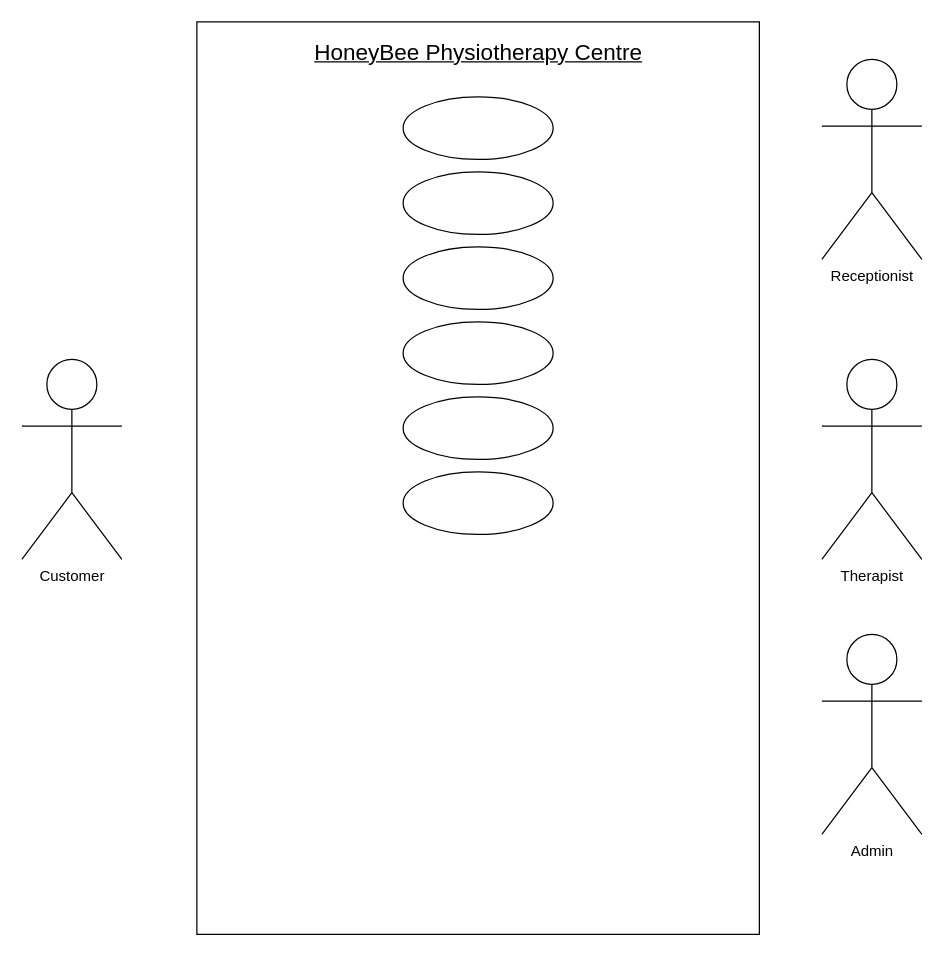
JussSelenite/JussSelenite keeps this draw.io diagram as ISWE Use Case Grp Assg.drawio. Above is the earlier version. Source tidied: cells renumbered, new cells numbered last; positions are measured from the earlier drawing's top-left corner, leaving out a move shared by most shapes. Both pictures are drawn from the tidied source at 125%, with x=0, y=0 at pixel (21, 21).
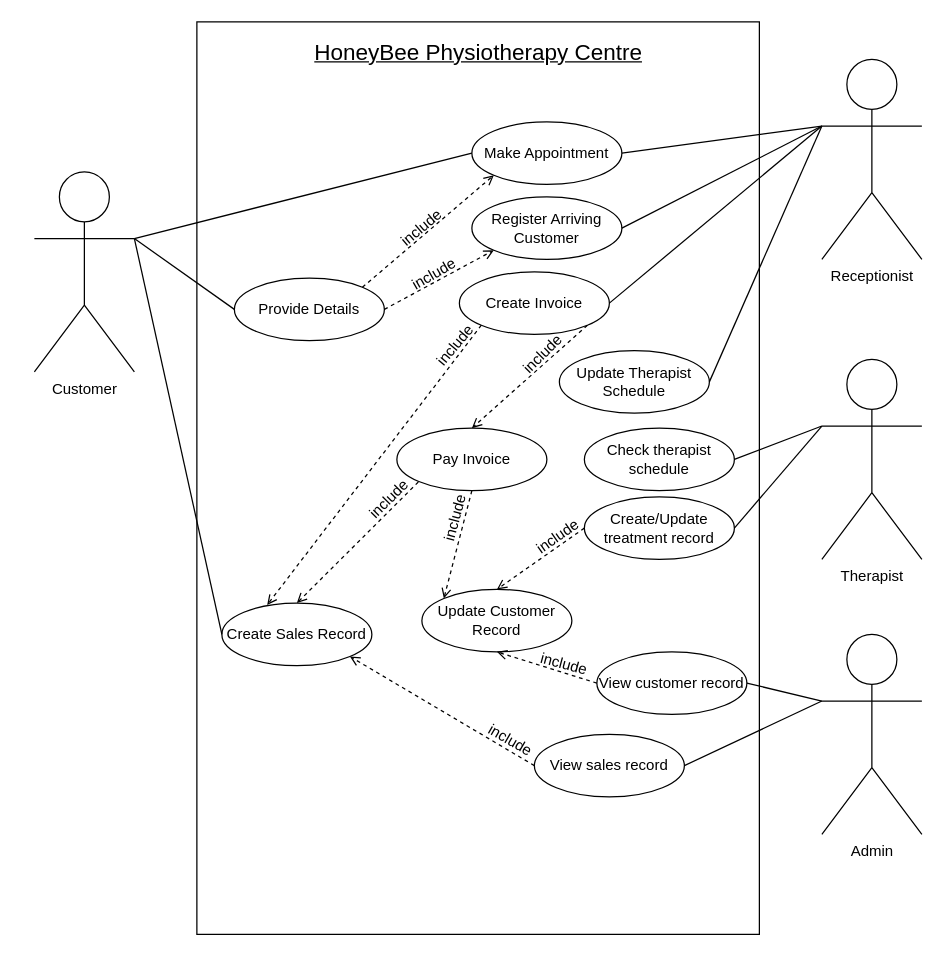
Above is the later version.

Unchanged cells that the change refers to:
```xml
<mxCell id="4" value="Receptionist" style="shape=umlActor;html=1;verticalLabelPosition=bottom;verticalAlign=top;align=center;" parent="1" vertex="1">
  <mxGeometry x="640" y="30" width="80" height="160" as="geometry" />
</mxCell>
<mxCell id="5" value="Therapist" style="shape=umlActor;html=1;verticalLabelPosition=bottom;verticalAlign=top;align=center;" parent="1" vertex="1">
  <mxGeometry x="640" y="270" width="80" height="160" as="geometry" />
</mxCell>
<mxCell id="6" value="Admin" style="shape=umlActor;html=1;verticalLabelPosition=bottom;verticalAlign=top;align=center;" parent="1" vertex="1">
  <mxGeometry x="640" y="490" width="80" height="160" as="geometry" />
</mxCell>
```

What changed in the source:
```diff
@@
     <mxCell id="3" value="Customer" style="shape=umlActor;html=1;verticalLabelPosition=bottom;verticalAlign=top;align=center;" parent="1" vertex="1">
-      <mxGeometry y="270" width="80" height="160" as="geometry" />
+      <mxGeometry x="10" y="120" width="80" height="160" as="geometry" />
     </mxCell>
@@
-    <mxCell id="8" style="ellipse;whiteSpace=wrap;html=1;" parent="1" vertex="1">
-      <mxGeometry x="305" y="60" width="120" height="50" as="geometry" />
+    <mxCell id="8" value="Make Appointment" style="ellipse;whiteSpace=wrap;html=1;" parent="1" vertex="1">
+      <mxGeometry x="360" y="80" width="120" height="50" as="geometry" />
     </mxCell>
-    <mxCell id="9" style="ellipse;whiteSpace=wrap;html=1;" parent="1" vertex="1">
-      <mxGeometry x="305" y="120" width="120" height="50" as="geometry" />
+    <mxCell id="9" value="Register Arriving Customer" style="ellipse;whiteSpace=wrap;html=1;" parent="1" vertex="1">
+      <mxGeometry x="360" y="140" width="120" height="50" as="geometry" />
     </mxCell>
-    <mxCell id="10" style="ellipse;whiteSpace=wrap;html=1;" parent="1" vertex="1">
-      <mxGeometry x="305" y="240" width="120" height="50" as="geometry" />
+    <mxCell id="10" value="Check therapist schedule" style="ellipse;whiteSpace=wrap;html=1;" parent="1" vertex="1">
+      <mxGeometry x="450" y="325" width="120" height="50" as="geometry" />
     </mxCell>
-    <mxCell id="11" style="ellipse;whiteSpace=wrap;html=1;" parent="1" vertex="1">
-      <mxGeometry x="305" y="180" width="120" height="50" as="geometry" />
+    <mxCell id="11" value="Create Invoice" style="ellipse;whiteSpace=wrap;html=1;" parent="1" vertex="1">
+      <mxGeometry x="350" y="200" width="120" height="50" as="geometry" />
     </mxCell>
-    <mxCell id="12" style="ellipse;whiteSpace=wrap;html=1;" parent="1" vertex="1">
-      <mxGeometry x="305" y="360" width="120" height="50" as="geometry" />
+    <mxCell id="12" value="View customer record" style="ellipse;whiteSpace=wrap;html=1;" parent="1" vertex="1">
+      <mxGeometry x="460" y="504" width="120" height="50" as="geometry" />
     </mxCell>
-    <mxCell id="13" style="ellipse;whiteSpace=wrap;html=1;" parent="1" vertex="1">
-      <mxGeometry x="305" y="300" width="120" height="50" as="geometry" />
+    <mxCell id="13" value="Create/Update treatment record" style="ellipse;whiteSpace=wrap;html=1;" parent="1" vertex="1">
+      <mxGeometry x="450" y="380" width="120" height="50" as="geometry" />
     </mxCell>
+    <mxCell id="14" value="Provide Details" style="ellipse;whiteSpace=wrap;html=1;" parent="1" vertex="1">
+      <mxGeometry x="170" y="205" width="120" height="50" as="geometry" />
+    </mxCell>
+    <mxCell id="15" value="Create Sales Record" style="ellipse;whiteSpace=wrap;html=1;" parent="1" vertex="1">
+      <mxGeometry x="160" y="465" width="120" height="50" as="geometry" />
+    </mxCell>
+    <mxCell id="16" value="Pay Invoice" style="ellipse;whiteSpace=wrap;html=1;" parent="1" vertex="1">
+      <mxGeometry x="300" y="325" width="120" height="50" as="geometry" />
+    </mxCell>
+    <mxCell id="17" value="Update Customer Record" style="ellipse;whiteSpace=wrap;html=1;" parent="1" vertex="1">
+      <mxGeometry x="320" y="454" width="120" height="50" as="geometry" />
+    </mxCell>
+    <mxCell id="18" value="View sales record" style="ellipse;whiteSpace=wrap;html=1;" parent="1" vertex="1">
+      <mxGeometry x="410" y="570" width="120" height="50" as="geometry" />
+    </mxCell>
+    <mxCell id="19" style="endArrow=none;html=1;rounded=0;exitX=1;exitY=0.5;exitDx=0;exitDy=0;entryX=0;entryY=0.3333333333333333;entryDx=0;entryDy=0;entryPerimeter=0;" parent="1" edge="1" source="18" target="6">
+      <mxGeometry relative="1" as="geometry" />
+    </mxCell>
+    <mxCell id="20" style="endArrow=none;html=1;rounded=0;entryX=0;entryY=0.3333333333333333;entryDx=0;entryDy=0;entryPerimeter=0;exitX=1;exitY=0.5;exitDx=0;exitDy=0;" parent="1" edge="1" source="12" target="6">
+      <mxGeometry relative="1" as="geometry" />
+    </mxCell>
+    <mxCell id="21" style="endArrow=none;html=1;rounded=0;entryX=0;entryY=0.3333333333333333;entryDx=0;entryDy=0;entryPerimeter=0;exitX=1;exitY=0.5;exitDx=0;exitDy=0;" parent="1" edge="1" source="13" target="5">
+      <mxGeometry relative="1" as="geometry" />
+    </mxCell>
+    <mxCell id="22" style="endArrow=none;html=1;rounded=0;entryX=0;entryY=0.3333333333333333;entryDx=0;entryDy=0;entryPerimeter=0;exitX=1;exitY=0.5;exitDx=0;exitDy=0;" parent="1" edge="1" source="10" target="5">
+      <mxGeometry relative="1" as="geometry" />
+    </mxCell>
+    <mxCell id="23" value="Update Therapist Schedule" style="ellipse;whiteSpace=wrap;html=1;" parent="1" vertex="1">
+      <mxGeometry x="430" y="263" width="120" height="50" as="geometry" />
+    </mxCell>
+    <mxCell id="24" style="endArrow=none;html=1;rounded=0;exitX=1;exitY=0.5;exitDx=0;exitDy=0;entryX=0;entryY=0.3333333333333333;entryDx=0;entryDy=0;entryPerimeter=0;" parent="1" edge="1" source="23" target="4">
+      <mxGeometry relative="1" as="geometry" />
+    </mxCell>
+    <mxCell id="25" style="endArrow=none;html=1;rounded=0;entryX=0;entryY=0.3333333333333333;entryDx=0;entryDy=0;entryPerimeter=0;exitX=1;exitY=0.5;exitDx=0;exitDy=0;" parent="1" edge="1" source="11" target="4">
+      <mxGeometry relative="1" as="geometry" />
+    </mxCell>
+    <mxCell id="26" style="endArrow=none;html=1;rounded=0;exitX=1;exitY=0.5;exitDx=0;exitDy=0;entryX=0;entryY=0.3333333333333333;entryDx=0;entryDy=0;entryPerimeter=0;" parent="1" edge="1" source="9" target="4">
+      <mxGeometry relative="1" as="geometry" />
+    </mxCell>
+    <mxCell id="27" style="endArrow=none;html=1;rounded=0;entryX=0;entryY=0.3333333333333333;entryDx=0;entryDy=0;entryPerimeter=0;exitX=1;exitY=0.5;exitDx=0;exitDy=0;" parent="1" edge="1" source="8" target="4">
+      <mxGeometry relative="1" as="geometry" />
+    </mxCell>
+    <mxCell id="28" style="endArrow=none;html=1;rounded=0;entryX=0;entryY=0.5;entryDx=0;entryDy=0;exitX=1;exitY=0.3333333333333333;exitDx=0;exitDy=0;exitPerimeter=0;" parent="1" edge="1" source="3" target="8">
+      <mxGeometry relative="1" as="geometry" />
+    </mxCell>
+    <mxCell id="29" style="endArrow=none;html=1;rounded=0;entryX=0;entryY=0.5;entryDx=0;entryDy=0;exitX=1;exitY=0.3333333333333333;exitDx=0;exitDy=0;exitPerimeter=0;" parent="1" edge="1" source="3" target="14">
+      <mxGeometry relative="1" as="geometry" />
+    </mxCell>
+    <mxCell id="30" style="endArrow=none;html=1;rounded=0;entryX=0;entryY=0.5;entryDx=0;entryDy=0;exitX=1;exitY=0.3333333333333333;exitDx=0;exitDy=0;exitPerimeter=0;" parent="1" edge="1" source="3" target="15">
+      <mxGeometry relative="1" as="geometry" />
+    </mxCell>
+    <mxCell id="31" style="endArrow=open;dashed=1;html=1;rounded=0;entryX=0;entryY=1;entryDx=0;entryDy=0;exitX=1;exitY=0;exitDx=0;exitDy=0;" parent="1" edge="1" source="14" target="8">
+      <mxGeometry relative="1" as="geometry" />
+    </mxCell>
+    <mxCell id="32" value="include" style="text;html=1;strokeColor=none;fillColor=none;align=center;verticalAlign=middle;whiteSpace=wrap;rounded=0;rotation=-40;" parent="1" vertex="1">
+      <mxGeometry x="290" y="150" width="60" height="30" as="geometry" />
+    </mxCell>
+    <mxCell id="33" style="endArrow=open;dashed=1;html=1;rounded=0;entryX=0;entryY=1;entryDx=0;entryDy=0;exitX=1;exitY=0.5;exitDx=0;exitDy=0;" parent="1" edge="1" source="14" target="9">
+      <mxGeometry relative="1" as="geometry" />
+    </mxCell>
+    <mxCell id="34" value="include" style="text;html=1;strokeColor=none;fillColor=none;align=center;verticalAlign=middle;whiteSpace=wrap;rounded=0;rotation=-30;" parent="1" vertex="1">
+      <mxGeometry x="300" y="187" width="60" height="30" as="geometry" />
+    </mxCell>
+    <mxCell id="35" style="endArrow=open;dashed=1;html=1;rounded=0;entryX=0.5;entryY=0;entryDx=0;entryDy=0;exitX=1;exitY=1;exitDx=0;exitDy=0;" parent="1" edge="1" source="11" target="16">
+      <mxGeometry relative="1" as="geometry" />
+    </mxCell>
+    <mxCell id="36" value="include" style="text;html=1;strokeColor=none;fillColor=none;align=center;verticalAlign=middle;whiteSpace=wrap;rounded=0;rotation=-50;" parent="1" vertex="1">
+      <mxGeometry x="317" y="244" width="60" height="30" as="geometry" />
+    </mxCell>
+    <mxCell id="37" style="endArrow=none;startArrow=open;dashed=1;html=1;rounded=0;entryX=0;entryY=1;entryDx=0;entryDy=0;exitX=0.5;exitY=0;exitDx=0;exitDy=0;" parent="1" edge="1" source="15" target="16">
+      <mxGeometry relative="1" as="geometry" />
+    </mxCell>
+    <mxCell id="38" style="endArrow=open;dashed=1;html=1;rounded=0;entryX=1;entryY=1;entryDx=0;entryDy=0;exitX=0;exitY=0.5;exitDx=0;exitDy=0;" parent="1" edge="1" source="18" target="15">
+      <mxGeometry relative="1" as="geometry" />
+    </mxCell>
+    <mxCell id="39" value="include" style="text;html=1;strokeColor=none;fillColor=none;align=center;verticalAlign=middle;whiteSpace=wrap;rounded=0;rotation=30;" parent="1" vertex="1">
+      <mxGeometry x="361" y="560" width="60" height="30" as="geometry" />
+    </mxCell>
+    <mxCell id="40" style="endArrow=open;dashed=1;html=1;rounded=0;entryX=0.302;entryY=0.03;entryDx=0;entryDy=0;exitX=0;exitY=1;exitDx=0;exitDy=0;entryPerimeter=0;" parent="1" edge="1" source="11" target="15">
+      <mxGeometry relative="1" as="geometry" />
+    </mxCell>
+    <mxCell id="41" style="endArrow=open;dashed=1;html=1;rounded=0;entryX=0;entryY=0;entryDx=0;entryDy=0;exitX=0.5;exitY=1;exitDx=0;exitDy=0;" parent="1" edge="1" source="16" target="17">
+      <mxGeometry relative="1" as="geometry" />
+    </mxCell>
+    <mxCell id="42" style="endArrow=open;dashed=1;html=1;rounded=0;entryX=0.5;entryY=1;entryDx=0;entryDy=0;exitX=0;exitY=0.5;exitDx=0;exitDy=0;" parent="1" edge="1" source="12" target="17">
+      <mxGeometry relative="1" as="geometry" />
+    </mxCell>
+    <mxCell id="43" style="endArrow=open;dashed=1;html=1;rounded=0;entryX=0.5;entryY=0;entryDx=0;entryDy=0;exitX=0;exitY=0.5;exitDx=0;exitDy=0;" parent="1" edge="1" source="13" target="17">
+      <mxGeometry relative="1" as="geometry" />
+    </mxCell>
+    <mxCell id="44" value="include" style="text;html=1;strokeColor=none;fillColor=none;align=center;verticalAlign=middle;whiteSpace=wrap;rounded=0;rotation=-45;" parent="1" vertex="1">
+      <mxGeometry x="387" y="251" width="60" height="30" as="geometry" />
+    </mxCell>
+    <mxCell id="45" value="include" style="text;html=1;strokeColor=none;fillColor=none;align=center;verticalAlign=middle;whiteSpace=wrap;rounded=0;rotation=15;" parent="1" vertex="1">
+      <mxGeometry x="404" y="499" width="60" height="30" as="geometry" />
+    </mxCell>
+    <mxCell id="46" value="include" style="text;html=1;strokeColor=none;fillColor=none;align=center;verticalAlign=middle;whiteSpace=wrap;rounded=0;rotation=-35;" parent="1" vertex="1">
+      <mxGeometry x="399" y="397" width="60" height="30" as="geometry" />
+    </mxCell>
+    <mxCell id="47" value="include" style="text;html=1;strokeColor=none;fillColor=none;align=center;verticalAlign=middle;whiteSpace=wrap;rounded=0;rotation=-75;" parent="1" vertex="1">
+      <mxGeometry x="317" y="382" width="60" height="30" as="geometry" />
+    </mxCell>
+    <mxCell id="48" value="include" style="text;html=1;strokeColor=none;fillColor=none;align=center;verticalAlign=middle;whiteSpace=wrap;rounded=0;rotation=-45;" parent="1" vertex="1">
+      <mxGeometry x="264" y="367" width="60" height="30" as="geometry" />
+    </mxCell>
```
